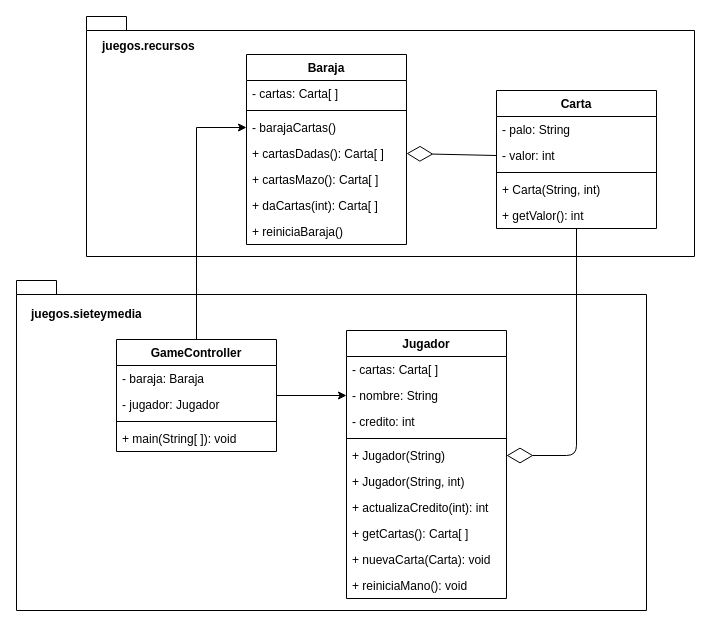
Before: u05/tarea_baraja/doc/SieteYMedia.drawio in fran-sc/prog-1920, a draw.io diagram. Source tidied: cells renumbered, new cells numbered last; positions are measured from the earlier drawing's top-left corner, leaving out a move shared by most shapes. Both pictures are drawn from the tidied source at 100%, with x=0, y=0 at pixel (16, 16).
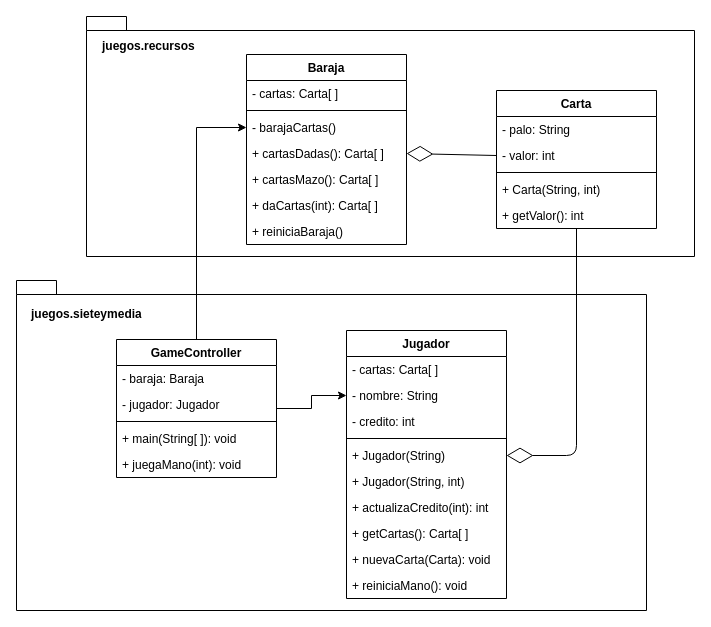
Above is the later version.

Change to the diagram source:
```diff
@@
     <mxCell id="21" value="GameController" style="swimlane;fontStyle=1;align=center;verticalAlign=top;horizontal=1;startSize=26;" parent="1" vertex="1">
-      <mxGeometry x="100" y="323" width="160" height="112" as="geometry" />
+      <mxGeometry x="100" y="323" width="160" height="138" as="geometry" />
     </mxCell>
@@
+    <mxCell id="40" value="+ juegaMano(int): void" style="text;strokeColor=none;fillColor=none;align=left;verticalAlign=top;spacingLeft=4;spacingRight=4;overflow=hidden;" parent="21" vertex="1">
+      <mxGeometry y="112" width="160" height="26" as="geometry" />
+    </mxCell>
```
